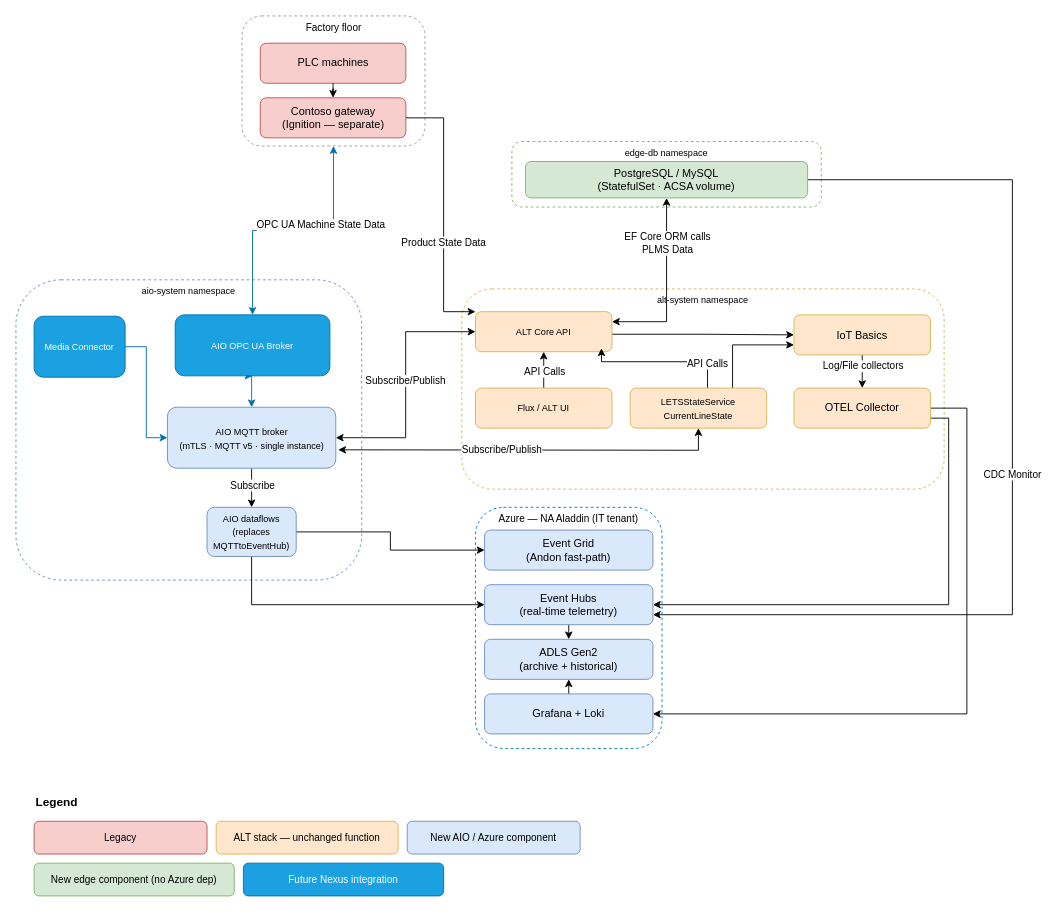
Above: page "Dataflow" (2 of 5) of aio/AIO.drawio in avinashr-insight/manufacturing-iot (draw.io), before the change. Source tidied: cells renumbered, new cells numbered last; positions are measured from the earlier drawing's top-left corner, leaving out a move shared by most shapes. Both pictures are drawn from the tidied source at 91%, with x=0, y=0 at pixel (15, 15).
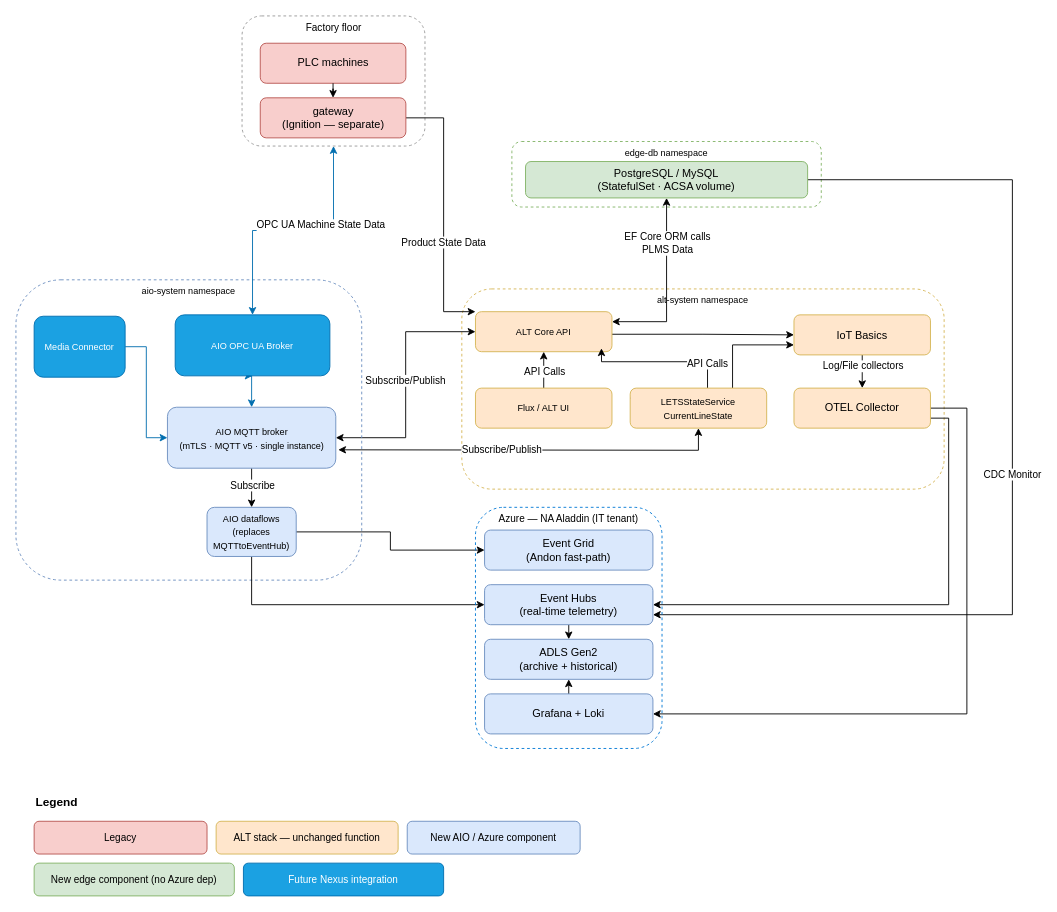
After the change.

What changed in the source:
```diff
@@
-    <mxCell id="37" value="Contoso gateway&#10;(Ignition — separate)" style="rounded=1;whiteSpace=wrap;html=1;fillColor=#f8cecc;strokeColor=#b85450;fontSize=12;" parent="1" vertex="1">
+    <mxCell id="37" value="gateway&lt;br&gt;(Ignition — separate)" style="rounded=1;whiteSpace=wrap;html=1;fillColor=#f8cecc;strokeColor=#b85450;fontSize=12;" parent="1" vertex="1">
       <mxGeometry x="268.5" y="90" width="160" height="44" as="geometry" />
     </mxCell>
```
